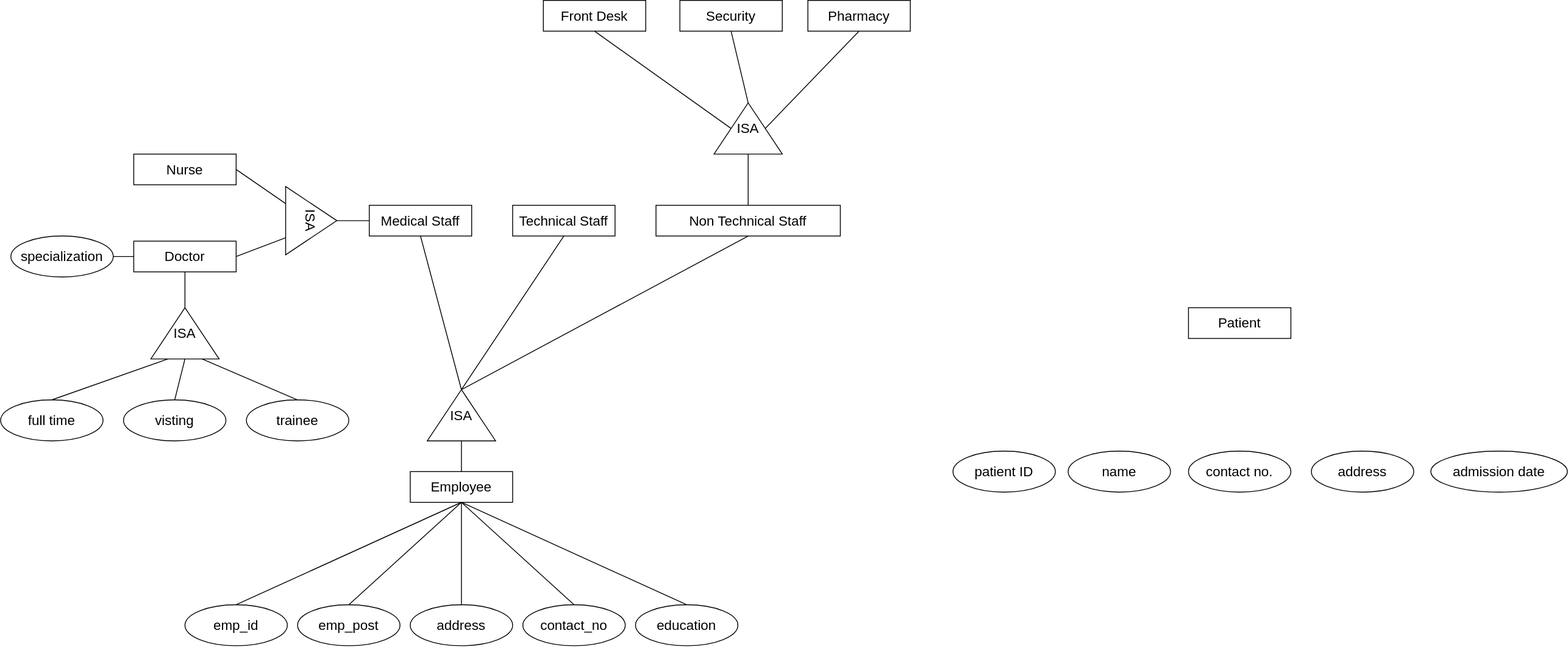
This is er_dig_hospital_mgm_26_09_2020.svg from listout/drawio_digs, a draw.io export, as it was before one commit. Source tidied: cells renumbered, new cells last; positions are measured from the earlier drawing's top-left corner, leaving out a move shared by most shapes.
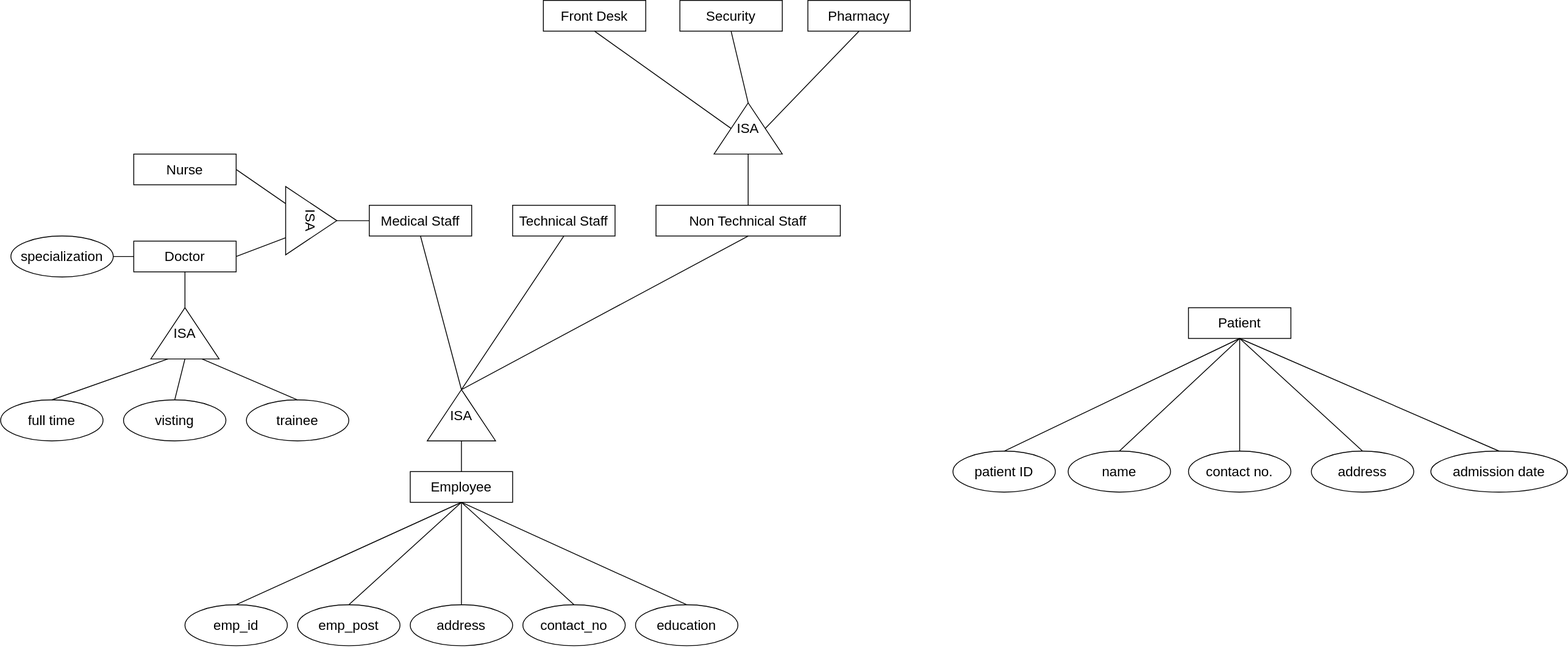
Above is the later version.

Diff of the diagram source:
```diff
@@ -149,5 +149,20 @@
     <mxCell id="50" value="&lt;font style=&quot;font-size: 16px&quot;&gt;admission date&lt;/font&gt;" style="ellipse;whiteSpace=wrap;html=1;fontSize=16;" parent="1" vertex="1">
       <mxGeometry x="1676" y="528" width="160" height="48" as="geometry" />
     </mxCell>
+    <mxCell id="51" style="endArrow=none;html=1;fontSize=16;entryX=0.5;entryY=1;entryDx=0;entryDy=0;exitX=0.5;exitY=0;exitDx=0;exitDy=0;" parent="1" edge="1" source="46" target="45">
+      <mxGeometry relative="1" as="geometry" />
+    </mxCell>
+    <mxCell id="52" style="endArrow=none;html=1;fontSize=16;entryX=0.5;entryY=1;entryDx=0;entryDy=0;exitX=0.5;exitY=0;exitDx=0;exitDy=0;" parent="1" edge="1" source="47" target="45">
+      <mxGeometry relative="1" as="geometry" />
+    </mxCell>
+    <mxCell id="53" style="endArrow=none;html=1;fontSize=16;entryX=0.5;entryY=1;entryDx=0;entryDy=0;exitX=0.5;exitY=0;exitDx=0;exitDy=0;" parent="1" edge="1" source="48" target="45">
+      <mxGeometry relative="1" as="geometry" />
+    </mxCell>
+    <mxCell id="54" style="endArrow=none;html=1;fontSize=16;entryX=0.5;entryY=1;entryDx=0;entryDy=0;exitX=0.5;exitY=0;exitDx=0;exitDy=0;" parent="1" edge="1" source="49" target="45">
+      <mxGeometry relative="1" as="geometry" />
+    </mxCell>
+    <mxCell id="55" style="endArrow=none;html=1;fontSize=16;entryX=0.5;entryY=1;entryDx=0;entryDy=0;exitX=0.5;exitY=0;exitDx=0;exitDy=0;" parent="1" edge="1" source="50" target="45">
+      <mxGeometry relative="1" as="geometry" />
+    </mxCell>
   </root>
 </mxGraphModel>
```
